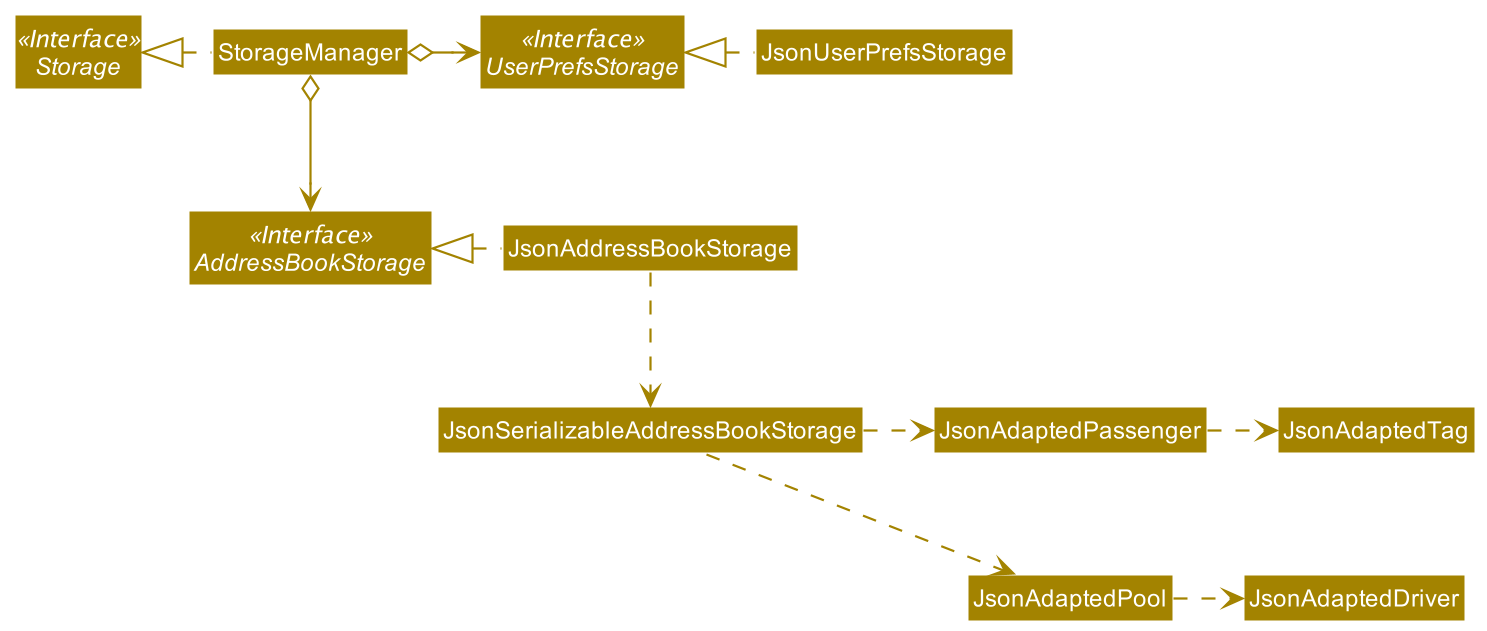
This is docs/images/StorageClassDiagram.png from nus-cs2103-AY2021S2/tp, a PlantUML export, as it was before one commit.
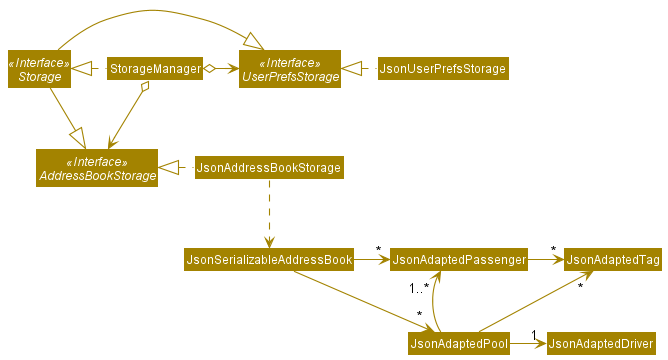
The same diagram one commit later.

Diff of the diagram source:
```diff
@@ -16,13 +16,18 @@
 StorageManager o-right-> UserPrefsStorage
 StorageManager o--> AddressBookStorage
 
+Storage -|> UserPrefsStorage
+Storage -|> AddressBookStorage
+
 JsonUserPrefsStorage .left.|> UserPrefsStorage
 JsonAddressBookStorage .left.|> AddressBookStorage
-JsonAddressBookStorage .down.> JsonSerializableAddressBookStorage
-JsonSerializableAddressBookStorage .right.> JsonAdaptedPassenger
-JsonSerializableAddressBookStorage .right.> JsonAdaptedPool
-JsonAdaptedPassenger .right.> JsonAdaptedTag
-JsonAdaptedPool .right.> JsonAdaptedDriver
+JsonAddressBookStorage .down.> JsonSerializableAddressBook
+JsonSerializableAddressBook -right-> "*" JsonAdaptedPassenger
+JsonSerializableAddressBook -right-> "*" JsonAdaptedPool
+JsonAdaptedPassenger -right-> "*" JsonAdaptedTag
+JsonAdaptedPool -right-> "1" JsonAdaptedDriver
+JsonAdaptedPool -up-> "1..*" JsonAdaptedPassenger
+JsonAdaptedPool -up-> "*" JsonAdaptedTag
 
 JsonAdaptedPool -[hidden]up- JsonAdaptedPassenger
 JsonAdaptedPassenger -[hidden]down- JsonAdaptedPool
```
